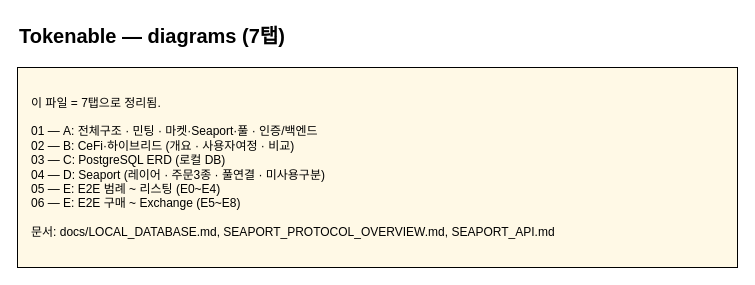
tokenable-dev/tokenable-dev keeps this draw.io diagram as page "00-INDEX-목차" (1 of 7) of docs/diagrams/tokenable-all-diagrams.drawio. Above is the earlier version. Source tidied: cells renumbered, new cells numbered last; positions are measured from the earlier drawing's top-left corner, leaving out a move shared by most shapes. Both pictures are drawn from the tidied source at 100%, with x=0, y=0 at pixel (17, 17).
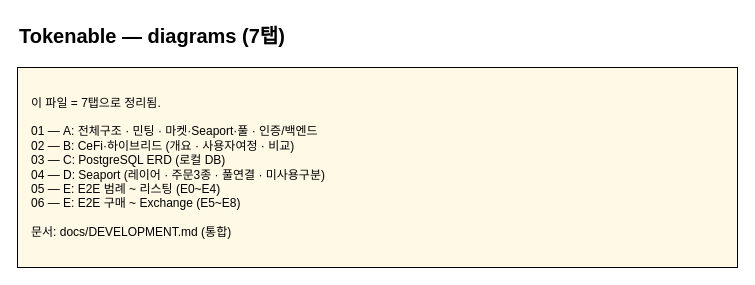
Above is the later version.

The edit, as a diff of the source:
```diff
@@
 <mxGraphModel>
   <root>
     <mxCell id="0" />
     <mxCell id="1" parent="0" />
     <mxCell id="2" value="Tokenable — diagrams (7탭)" style="text;html=1;fontSize=20;fontStyle=1;align=left;" parent="1" vertex="1">
       <mxGeometry width="600" height="36" as="geometry" />
     </mxCell>
-    <mxCell id="3" value="이 파일 = 7탭으로 정리됨.&#10;&#10;01 — A: 전체구조 · 민팅 · 마켓·Seaport·풀 · 인증/백엔드&#10;02 — B: CeFi·하이브리드 (개요 · 사용자여정 · 비교)&#10;03 — C: PostgreSQL ERD (로컬 DB)&#10;04 — D: Seaport (레이어 · 주문3종 · 풀연결 · 미사용구분)&#10;05 — E: E2E 범례 ~ 리스팅 (E0~E4)&#10;06 — E: E2E 구매 ~ Exchange (E5~E8)&#10;&#10;문서: docs/LOCAL_DATABASE.md, SEAPORT_PROTOCOL_OVERVIEW.md, SEAPORT_API.md" style="rounded=0;whiteSpace=wrap;html=1;align=left;spacingLeft=12;fontSize=12;fillColor=#fff9e6;" parent="1" vertex="1">
+    <mxCell id="3" value="이 파일 = 7탭으로 정리됨.&#10;&#10;01 — A: 전체구조 · 민팅 · 마켓·Seaport·풀 · 인증/백엔드&#10;02 — B: CeFi·하이브리드 (개요 · 사용자여정 · 비교)&#10;03 — C: PostgreSQL ERD (로컬 DB)&#10;04 — D: Seaport (레이어 · 주문3종 · 풀연결 · 미사용구분)&#10;05 — E: E2E 범례 ~ 리스팅 (E0~E4)&#10;06 — E: E2E 구매 ~ Exchange (E5~E8)&#10;&#10;문서: docs/DEVELOPMENT.md (통합)" style="rounded=0;whiteSpace=wrap;html=1;align=left;spacingLeft=12;fontSize=12;fillColor=#fff9e6;" parent="1" vertex="1">
       <mxGeometry y="50" width="720" height="200" as="geometry" />
     </mxCell>
   </root>
 </mxGraphModel>
```
